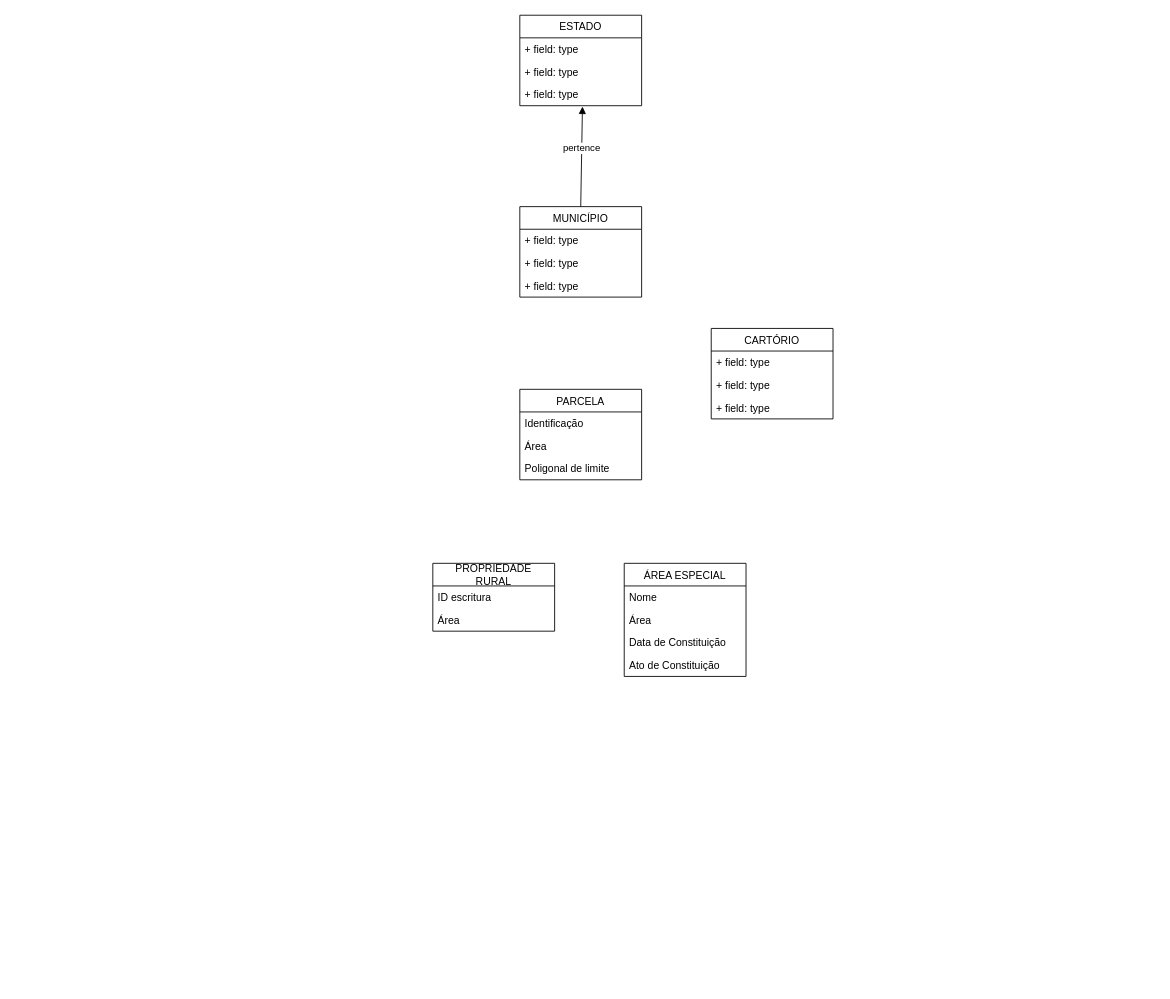
Before: CadastroAmbiental.drawio in SeleneMelo/Learning-DataBase, a draw.io diagram. Source tidied: cells renumbered, new cells numbered last; positions are measured from the earlier drawing's top-left corner, leaving out a move shared by most shapes. Both pictures are drawn from the tidied source at 87%, with x=0, y=0 at pixel (432, 15).
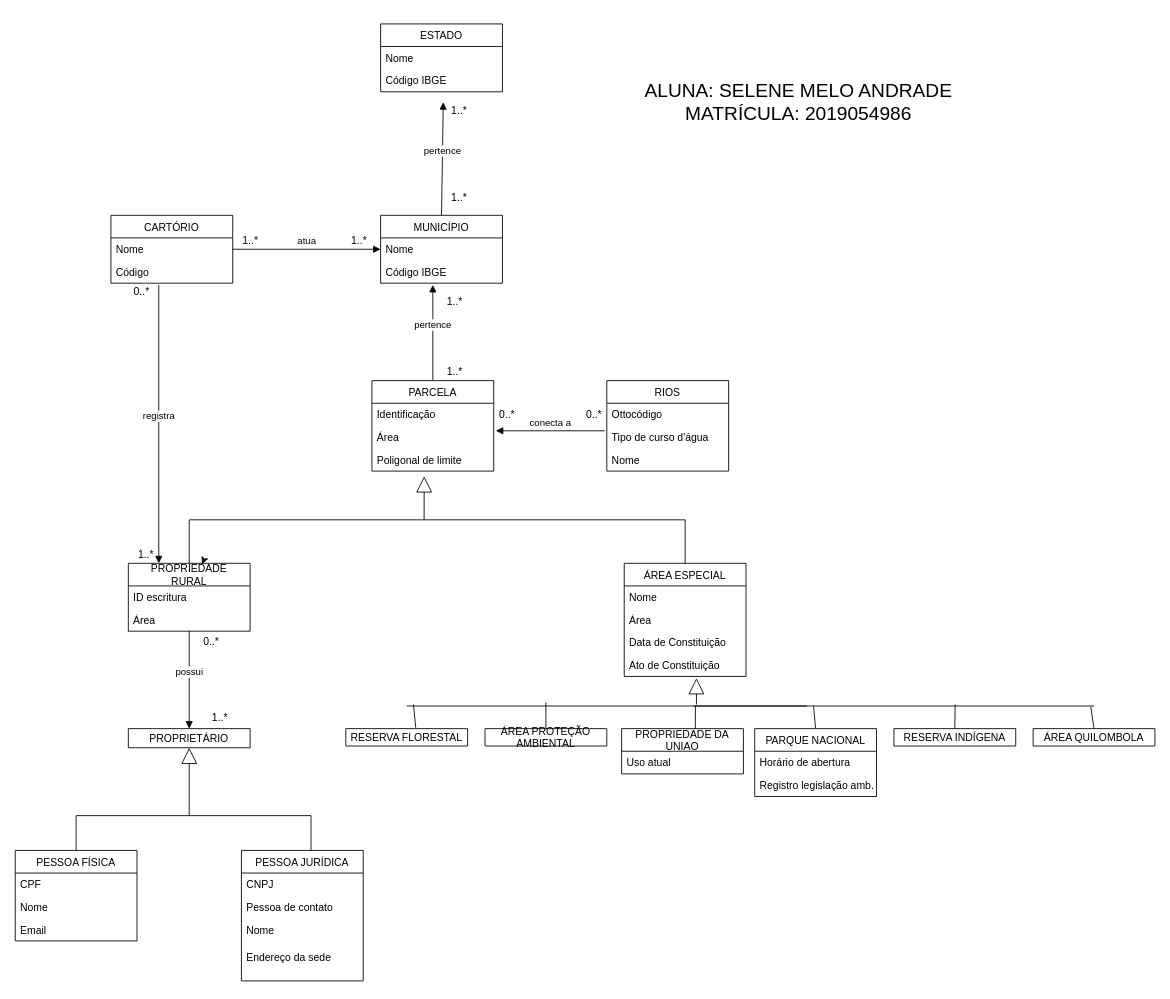
Above is the later version.

The change refers to these unchanged cells:
```xml
<mxCell id="4" value="Área" style="text;strokeColor=none;fillColor=none;align=left;verticalAlign=top;spacingLeft=4;spacingRight=4;overflow=hidden;points=[[0,0.5],[1,0.5]];portConstraint=eastwest;" parent="2" vertex="1">
  <mxGeometry y="52" width="140" height="26" as="geometry" />
</mxCell>
<mxCell id="5" value="Poligonal de limite" style="text;strokeColor=none;fillColor=none;align=left;verticalAlign=top;spacingLeft=4;spacingRight=4;overflow=hidden;points=[[0,0.5],[1,0.5]];portConstraint=eastwest;" parent="2" vertex="1">
  <mxGeometry y="78" width="140" height="26" as="geometry" />
</mxCell>
<mxCell id="8" value="Área " style="text;strokeColor=none;fillColor=none;align=left;verticalAlign=top;spacingLeft=4;spacingRight=4;overflow=hidden;points=[[0,0.5],[1,0.5]];portConstraint=eastwest;" parent="6" vertex="1">
  <mxGeometry y="52" width="140" height="26" as="geometry" />
</mxCell>
<mxCell id="9" value="ÁREA ESPECIAL" style="swimlane;fontStyle=0;horizontal=1;startSize=26;fillColor=none;" parent="1" vertex="1">
  <mxGeometry x="220" y="630" width="140" height="130" as="geometry" />
</mxCell>
```

Diff of the diagram source:
```diff
@@
     <mxCell id="2" value="PARCELA" style="swimlane;fontStyle=0;horizontal=1;startSize=26;fillColor=none;" parent="1" vertex="1">
-      <mxGeometry x="100" y="430" width="140" height="104" as="geometry" />
+      <mxGeometry x="-70" y="420" width="140" height="104" as="geometry" />
     </mxCell>
@@
     <mxCell id="6" value="PROPRIEDADE &#10;RURAL" style="swimlane;fontStyle=0;horizontal=1;startSize=26;fillColor=none;" parent="1" vertex="1">
-      <mxGeometry y="630" width="140" height="78" as="geometry" />
+      <mxGeometry x="-350" y="630" width="140" height="78" as="geometry" />
     </mxCell>
@@
     <mxCell id="14" value="CARTÓRIO" style="swimlane;fontStyle=0;horizontal=1;startSize=26;fillColor=none;" parent="1" vertex="1">
-      <mxGeometry x="320" y="360" width="140" height="104" as="geometry" />
+      <mxGeometry x="-370" y="230" width="140" height="78" as="geometry" />
     </mxCell>
-    <mxCell id="15" value="+ field: type" style="text;strokeColor=none;fillColor=none;align=left;verticalAlign=top;spacingLeft=4;spacingRight=4;overflow=hidden;points=[[0,0.5],[1,0.5]];portConstraint=eastwest;" parent="14" vertex="1">
+    <mxCell id="15" value="Nome" style="text;strokeColor=none;fillColor=none;align=left;verticalAlign=top;spacingLeft=4;spacingRight=4;overflow=hidden;points=[[0,0.5],[1,0.5]];portConstraint=eastwest;" parent="14" vertex="1">
       <mxGeometry y="26" width="140" height="26" as="geometry" />
     </mxCell>
-    <mxCell id="16" value="+ field: type" style="text;strokeColor=none;fillColor=none;align=left;verticalAlign=top;spacingLeft=4;spacingRight=4;overflow=hidden;" parent="14" vertex="1">
+    <mxCell id="16" value="Código" style="text;strokeColor=none;fillColor=none;align=left;verticalAlign=top;spacingLeft=4;spacingRight=4;overflow=hidden;" parent="14" vertex="1">
       <mxGeometry y="52" width="140" height="26" as="geometry" />
     </mxCell>
-    <mxCell id="17" value="+ field: type" style="text;strokeColor=none;fillColor=none;align=left;verticalAlign=top;spacingLeft=4;spacingRight=4;overflow=hidden;" parent="14" vertex="1">
-      <mxGeometry y="78" width="140" height="26" as="geometry" />
-    </mxCell>
     <mxCell id="18" value="MUNICÍPIO" style="swimlane;fontStyle=0;horizontal=1;startSize=26;fillColor=none;" parent="1" vertex="1">
-      <mxGeometry x="100" y="220" width="140" height="104" as="geometry" />
+      <mxGeometry x="-60" y="230" width="140" height="78" as="geometry" />
     </mxCell>
-    <mxCell id="19" value="+ field: type" style="text;strokeColor=none;fillColor=none;align=left;verticalAlign=top;spacingLeft=4;spacingRight=4;overflow=hidden;points=[[0,0.5],[1,0.5]];portConstraint=eastwest;" parent="18" vertex="1">
+    <mxCell id="19" value="Nome" style="text;strokeColor=none;fillColor=none;align=left;verticalAlign=top;spacingLeft=4;spacingRight=4;overflow=hidden;points=[[0,0.5],[1,0.5]];portConstraint=eastwest;" parent="18" vertex="1">
       <mxGeometry y="26" width="140" height="26" as="geometry" />
     </mxCell>
-    <mxCell id="20" value="+ field: type" style="text;strokeColor=none;fillColor=none;align=left;verticalAlign=top;spacingLeft=4;spacingRight=4;overflow=hidden;" parent="18" vertex="1">
+    <mxCell id="20" value="Código IBGE" style="text;strokeColor=none;fillColor=none;align=left;verticalAlign=top;spacingLeft=4;spacingRight=4;overflow=hidden;" parent="18" vertex="1">
       <mxGeometry y="52" width="140" height="26" as="geometry" />
     </mxCell>
-    <mxCell id="21" value="+ field: type" style="text;strokeColor=none;fillColor=none;align=left;verticalAlign=top;spacingLeft=4;spacingRight=4;overflow=hidden;" parent="18" vertex="1">
-      <mxGeometry y="78" width="140" height="26" as="geometry" />
-    </mxCell>
     <mxCell id="22" value="ESTADO" style="swimlane;fontStyle=0;horizontal=1;startSize=26;fillColor=none;" parent="1" vertex="1">
-      <mxGeometry x="100" width="140" height="104" as="geometry" />
+      <mxGeometry x="-60" y="10" width="140" height="78" as="geometry" />
     </mxCell>
-    <mxCell id="23" value="+ field: type" style="text;strokeColor=none;fillColor=none;align=left;verticalAlign=top;spacingLeft=4;spacingRight=4;overflow=hidden;" parent="22" vertex="1">
+    <mxCell id="23" value="Nome" style="text;strokeColor=none;fillColor=none;align=left;verticalAlign=top;spacingLeft=4;spacingRight=4;overflow=hidden;" parent="22" vertex="1">
       <mxGeometry y="26" width="140" height="26" as="geometry" />
     </mxCell>
-    <mxCell id="24" value="+ field: type" style="text;strokeColor=none;fillColor=none;align=left;verticalAlign=top;spacingLeft=4;spacingRight=4;overflow=hidden;" parent="22" vertex="1">
+    <mxCell id="24" value="Código IBGE" style="text;strokeColor=none;fillColor=none;align=left;verticalAlign=top;spacingLeft=4;spacingRight=4;overflow=hidden;" parent="22" vertex="1">
       <mxGeometry y="52" width="140" height="26" as="geometry" />
     </mxCell>
-    <mxCell id="25" value="+ field: type" style="text;strokeColor=none;fillColor=none;align=left;verticalAlign=top;spacingLeft=4;spacingRight=4;overflow=hidden;" parent="22" vertex="1">
-      <mxGeometry y="78" width="140" height="26" as="geometry" />
-    </mxCell>
     <mxCell id="26" value="pertence" style="html=1;verticalAlign=bottom;endArrow=block;exitX=0.5;exitY=0;exitDx=0;exitDy=0;" parent="1" edge="1" source="18">
       <mxGeometry relative="1" as="geometry">
-        <mxPoint x="172" y="105" as="targetPoint" />
+        <mxPoint x="12" y="100" as="targetPoint" />
       </mxGeometry>
     </mxCell>
+    <mxCell id="27" value="PROPRIEDADE DA &#10;UNIAO" style="swimlane;fontStyle=0;horizontal=1;startSize=26;fillColor=none;" parent="1" vertex="1">
+      <mxGeometry x="217" y="820" width="140" height="52" as="geometry" />
+    </mxCell>
+    <mxCell id="28" value="Uso atual" style="text;strokeColor=none;fillColor=none;align=left;verticalAlign=top;spacingLeft=4;spacingRight=4;overflow=hidden;" parent="27" vertex="1">
+      <mxGeometry y="26" width="140" height="26" as="geometry" />
+    </mxCell>
+    <mxCell id="29" value="PARQUE NACIONAL" style="swimlane;fontStyle=0;horizontal=1;startSize=26;fillColor=none;" parent="1" vertex="1">
+      <mxGeometry x="370" y="820" width="140" height="78" as="geometry" />
+    </mxCell>
+    <mxCell id="30" value="Horário de abertura" style="text;strokeColor=none;fillColor=none;align=left;verticalAlign=top;spacingLeft=4;spacingRight=4;overflow=hidden;" parent="29" vertex="1">
+      <mxGeometry y="26" width="140" height="26" as="geometry" />
+    </mxCell>
+    <mxCell id="31" value="Registro legislação amb." style="text;strokeColor=none;fillColor=none;align=left;verticalAlign=top;spacingLeft=4;spacingRight=4;overflow=hidden;" parent="29" vertex="1">
+      <mxGeometry y="52" width="140" height="26" as="geometry" />
+    </mxCell>
+    <mxCell id="32" value="ÁREA PROTEÇÃO&#10;AMBIENTAL" style="swimlane;fontStyle=0;horizontal=1;startSize=26;fillColor=none;" parent="1" vertex="1">
+      <mxGeometry x="60" y="820" width="140" height="20" as="geometry" />
+    </mxCell>
+    <mxCell id="33" value="RESERVA FLORESTAL" style="swimlane;fontStyle=0;horizontal=1;startSize=26;fillColor=none;" parent="1" vertex="1">
+      <mxGeometry x="-100" y="820" width="140" height="20" as="geometry" />
+    </mxCell>
+    <mxCell id="34" value="ÁREA QUILOMBOLA" style="swimlane;fontStyle=0;horizontal=1;startSize=26;fillColor=none;" parent="1" vertex="1">
+      <mxGeometry x="690" y="820" width="140" height="20" as="geometry" />
+    </mxCell>
+    <mxCell id="35" value="RESERVA INDÍGENA" style="swimlane;fontStyle=0;horizontal=1;startSize=26;fillColor=none;" parent="1" vertex="1">
+      <mxGeometry x="530" y="820" width="140" height="20" as="geometry" />
+    </mxCell>
+    <mxCell id="36" style="line;strokeWidth=1;fillColor=none;align=left;verticalAlign=middle;spacingTop=-1;spacingLeft=3;spacingRight=3;labelPosition=right;points=[];portConstraint=eastwest;" parent="1" vertex="1">
+      <mxGeometry x="300" y="790" width="460" height="8" as="geometry" />
+    </mxCell>
+    <mxCell id="37" style="endArrow=none;html=1;exitX=0.5;exitY=0;exitDx=0;exitDy=0;" parent="1" edge="1" source="32">
+      <mxGeometry relative="1" as="geometry">
+        <mxPoint x="130" y="790" as="targetPoint" />
+      </mxGeometry>
+    </mxCell>
+    <mxCell id="38" style="endArrow=none;html=1;exitX=0.605;exitY=0.003;exitDx=0;exitDy=0;exitPerimeter=0;entryX=0.004;entryY=0.458;entryDx=0;entryDy=0;entryPerimeter=0;" parent="1" edge="1" source="27" target="36">
+      <mxGeometry relative="1" as="geometry" />
+    </mxCell>
+    <mxCell id="39" style="endArrow=none;html=1;exitX=0.5;exitY=0;exitDx=0;exitDy=0;entryX=0.299;entryY=0.458;entryDx=0;entryDy=0;entryPerimeter=0;" parent="1" edge="1" source="29" target="36">
+      <mxGeometry relative="1" as="geometry" />
+    </mxCell>
+    <mxCell id="40" style="endArrow=none;html=1;exitX=0.5;exitY=0;exitDx=0;exitDy=0;entryX=0.653;entryY=0.292;entryDx=0;entryDy=0;entryPerimeter=0;" parent="1" edge="1" source="35" target="36">
+      <mxGeometry relative="1" as="geometry" />
+    </mxCell>
+    <mxCell id="41" style="endArrow=none;html=1;exitX=0.5;exitY=0;exitDx=0;exitDy=0;entryX=0.992;entryY=0.625;entryDx=0;entryDy=0;entryPerimeter=0;" parent="1" edge="1" source="34" target="36">
+      <mxGeometry relative="1" as="geometry" />
+    </mxCell>
+    <mxCell id="42" value="PROPRIETÁRIO" style="swimlane;fontStyle=0;horizontal=1;startSize=26;fillColor=none;" parent="1" vertex="1">
+      <mxGeometry x="-350" y="820" width="140" height="22" as="geometry" />
+    </mxCell>
+    <mxCell id="43" value="PESSOA FÍSICA" style="swimlane;fontStyle=0;horizontal=1;startSize=26;fillColor=none;" parent="1" vertex="1">
+      <mxGeometry x="-480" y="960" width="140" height="104" as="geometry" />
+    </mxCell>
+    <mxCell id="44" value="CPF" style="text;strokeColor=none;fillColor=none;align=left;verticalAlign=top;spacingLeft=4;spacingRight=4;overflow=hidden;" parent="43" vertex="1">
+      <mxGeometry y="26" width="140" height="26" as="geometry" />
+    </mxCell>
+    <mxCell id="45" value="Nome" style="text;strokeColor=none;fillColor=none;align=left;verticalAlign=top;spacingLeft=4;spacingRight=4;overflow=hidden;" parent="43" vertex="1">
+      <mxGeometry y="52" width="140" height="26" as="geometry" />
+    </mxCell>
+    <mxCell id="46" value="Email" style="text;strokeColor=none;fillColor=none;align=left;verticalAlign=top;spacingLeft=4;spacingRight=4;overflow=hidden;" parent="43" vertex="1">
+      <mxGeometry y="78" width="140" height="26" as="geometry" />
+    </mxCell>
+    <mxCell id="47" value="PESSOA JURÍDICA" style="swimlane;fontStyle=0;horizontal=1;startSize=26;fillColor=none;" parent="1" vertex="1">
+      <mxGeometry x="-220" y="960" width="140" height="150" as="geometry" />
+    </mxCell>
+    <mxCell id="48" value="CNPJ" style="text;strokeColor=none;fillColor=none;align=left;verticalAlign=top;spacingLeft=4;spacingRight=4;overflow=hidden;" parent="47" vertex="1">
+      <mxGeometry y="26" width="140" height="26" as="geometry" />
+    </mxCell>
+    <mxCell id="49" value="Pessoa de contato" style="text;strokeColor=none;fillColor=none;align=left;verticalAlign=top;spacingLeft=4;spacingRight=4;overflow=hidden;" parent="47" vertex="1">
+      <mxGeometry y="52" width="140" height="26" as="geometry" />
+    </mxCell>
+    <mxCell id="50" value="Nome&#10;" style="text;strokeColor=none;fillColor=none;align=left;verticalAlign=top;spacingLeft=4;spacingRight=4;overflow=hidden;" parent="47" vertex="1">
+      <mxGeometry y="78" width="140" height="32" as="geometry" />
+    </mxCell>
+    <mxCell id="51" value="Endereço da sede" style="text;strokeColor=none;fillColor=none;align=left;verticalAlign=top;spacingLeft=4;spacingRight=4;overflow=hidden;" parent="47" vertex="1">
+      <mxGeometry y="110" width="140" height="40" as="geometry" />
+    </mxCell>
+    <mxCell id="52" style="endArrow=none;html=1;rounded=0;exitX=0.5;exitY=0;exitDx=0;exitDy=0;" parent="1" edge="1" source="43">
+      <mxGeometry relative="1" as="geometry">
+        <mxPoint x="-410" y="920" as="targetPoint" />
+      </mxGeometry>
+    </mxCell>
+    <mxCell id="53" style="endArrow=none;html=1;rounded=0;exitX=0.5;exitY=0;exitDx=0;exitDy=0;" parent="1" edge="1">
+      <mxGeometry relative="1" as="geometry">
+        <mxPoint x="-140" y="960" as="sourcePoint" />
+        <mxPoint x="-140" y="920" as="targetPoint" />
+      </mxGeometry>
+    </mxCell>
+    <mxCell id="54" style="endArrow=none;html=1;rounded=0;" parent="1" edge="1">
+      <mxGeometry relative="1" as="geometry">
+        <mxPoint x="-410" y="920" as="sourcePoint" />
+        <mxPoint x="-140" y="920" as="targetPoint" />
+      </mxGeometry>
+    </mxCell>
+    <mxCell id="55" value="RIOS" style="swimlane;fontStyle=0;horizontal=1;startSize=26;fillColor=none;" parent="1" vertex="1">
+      <mxGeometry x="200" y="420" width="140" height="104" as="geometry" />
+    </mxCell>
+    <mxCell id="56" value="Ottocódigo" style="text;strokeColor=none;fillColor=none;align=left;verticalAlign=top;spacingLeft=4;spacingRight=4;overflow=hidden;points=[[0,0.5],[1,0.5]];portConstraint=eastwest;" parent="55" vertex="1">
+      <mxGeometry y="26" width="140" height="26" as="geometry" />
+    </mxCell>
+    <mxCell id="57" value="Tipo de curso d'água" style="text;strokeColor=none;fillColor=none;align=left;verticalAlign=top;spacingLeft=4;spacingRight=4;overflow=hidden;" parent="55" vertex="1">
+      <mxGeometry y="52" width="140" height="26" as="geometry" />
+    </mxCell>
+    <mxCell id="58" value="Nome" style="text;strokeColor=none;fillColor=none;align=left;verticalAlign=top;spacingLeft=4;spacingRight=4;overflow=hidden;" parent="55" vertex="1">
+      <mxGeometry y="78" width="140" height="26" as="geometry" />
+    </mxCell>
+    <mxCell id="59" style="endArrow=none;html=1;rounded=0;exitX=0.5;exitY=0;exitDx=0;exitDy=0;" parent="1" edge="1" source="6">
+      <mxGeometry relative="1" as="geometry">
+        <mxPoint x="-280" y="580" as="targetPoint" />
+      </mxGeometry>
+    </mxCell>
+    <mxCell id="60" style="endArrow=none;html=1;rounded=0;exitX=0.5;exitY=0;exitDx=0;exitDy=0;" parent="1" edge="1" source="9">
+      <mxGeometry relative="1" as="geometry">
+        <mxPoint x="290" y="580" as="targetPoint" />
+      </mxGeometry>
+    </mxCell>
+    <mxCell id="61" style="edgeStyle=none;rounded=0;orthogonalLoop=1;jettySize=auto;html=1;entryX=0.607;entryY=0.013;entryDx=0;entryDy=0;entryPerimeter=0;" parent="1" edge="1" source="6" target="6">
+      <mxGeometry relative="1" as="geometry" />
+    </mxCell>
+    <mxCell id="62" style="endArrow=none;html=1;rounded=0;" parent="1" edge="1">
+      <mxGeometry relative="1" as="geometry">
+        <mxPoint x="-280" y="580" as="sourcePoint" />
+        <mxPoint x="290" y="580" as="targetPoint" />
+      </mxGeometry>
+    </mxCell>
+    <mxCell id="63" value="atua" style="html=1;verticalAlign=bottom;endArrow=block;exitX=1;exitY=0.5;exitDx=0;exitDy=0;entryX=0;entryY=0.5;entryDx=0;entryDy=0;" parent="1" edge="1" source="15" target="19">
+      <mxGeometry relative="1" as="geometry" />
+    </mxCell>
+    <mxCell id="64" value="possui" style="html=1;verticalAlign=bottom;endArrow=block;entryX=0.5;entryY=0;entryDx=0;entryDy=0;" parent="1" edge="1" source="8" target="42">
+      <mxGeometry relative="1" as="geometry" />
+    </mxCell>
+    <mxCell id="65" value="conecta a" style="html=1;verticalAlign=bottom;endArrow=block;exitX=-0.017;exitY=1.218;exitDx=0;exitDy=0;exitPerimeter=0;entryX=1.017;entryY=0.218;entryDx=0;entryDy=0;entryPerimeter=0;" parent="1" edge="1" source="56" target="4">
+      <mxGeometry relative="1" as="geometry" />
+    </mxCell>
+    <mxCell id="66" style="endArrow=block;endSize=16;endFill=0;html=1;entryX=0.5;entryY=1;entryDx=0;entryDy=0;" parent="1" edge="1" target="42">
+      <mxGeometry relative="1" as="geometry">
+        <mxPoint x="-280" y="920" as="sourcePoint" />
+      </mxGeometry>
+    </mxCell>
+    <mxCell id="67" style="endArrow=block;endSize=16;endFill=0;html=1;exitX=0.724;exitY=0.292;exitDx=0;exitDy=0;exitPerimeter=0;" parent="1" edge="1" source="68">
+      <mxGeometry relative="1" as="geometry">
+        <mxPoint x="303" y="762" as="targetPoint" />
+      </mxGeometry>
+    </mxCell>
+    <mxCell id="68" style="line;strokeWidth=1;fillColor=none;align=left;verticalAlign=middle;spacingTop=-1;spacingLeft=3;spacingRight=3;labelPosition=right;points=[];portConstraint=eastwest;" parent="1" vertex="1">
+      <mxGeometry x="-30" y="790" width="460" height="8" as="geometry" />
+    </mxCell>
+    <mxCell id="69" style="endArrow=none;html=1;exitX=0.574;exitY=-0.05;exitDx=0;exitDy=0;exitPerimeter=0;entryX=0.017;entryY=0.292;entryDx=0;entryDy=0;entryPerimeter=0;" parent="1" edge="1" source="33" target="68">
+      <mxGeometry relative="1" as="geometry" />
+    </mxCell>
+    <mxCell id="70" style="endArrow=block;endSize=16;endFill=0;html=1;entryX=0.429;entryY=1.231;entryDx=0;entryDy=0;entryPerimeter=0;" parent="1" edge="1" target="5">
+      <mxGeometry relative="1" as="geometry">
+        <mxPoint x="-10" y="580" as="sourcePoint" />
+      </mxGeometry>
+    </mxCell>
+    <mxCell id="71" value="pertence" style="html=1;verticalAlign=bottom;endArrow=block;exitX=0.5;exitY=0;exitDx=0;exitDy=0;" parent="1" edge="1" source="2">
+      <mxGeometry relative="1" as="geometry">
+        <mxPoint y="310" as="targetPoint" />
+      </mxGeometry>
+    </mxCell>
+    <mxCell id="72" value="0..*" style="text;html=1;align=center;verticalAlign=middle;strokeColor=none;" parent="1" vertex="1">
+      <mxGeometry x="-270" y="710" width="30" height="20" as="geometry" />
+    </mxCell>
+    <mxCell id="73" value="1..*" style="text;html=1;align=center;verticalAlign=middle;strokeColor=none;" parent="1" vertex="1">
+      <mxGeometry x="-260" y="798" width="30" height="20" as="geometry" />
+    </mxCell>
+    <mxCell id="74" value="registra" style="html=1;verticalAlign=bottom;endArrow=block;entryX=0.25;entryY=0;entryDx=0;entryDy=0;" parent="1" edge="1" target="6">
+      <mxGeometry relative="1" as="geometry">
+        <mxPoint x="-315" y="310" as="sourcePoint" />
+      </mxGeometry>
+    </mxCell>
+    <mxCell id="75" value="0..*" style="text;html=1;align=center;verticalAlign=middle;strokeColor=none;" parent="1" vertex="1">
+      <mxGeometry x="-350" y="308" width="30" height="20" as="geometry" />
+    </mxCell>
+    <mxCell id="76" value="1..*" style="text;html=1;align=center;verticalAlign=middle;strokeColor=none;" parent="1" vertex="1">
+      <mxGeometry x="-345" y="610" width="30" height="20" as="geometry" />
+    </mxCell>
+    <mxCell id="77" value="1..*" style="text;html=1;align=center;verticalAlign=middle;strokeColor=none;" parent="1" vertex="1">
+      <mxGeometry x="-225" y="250" width="30" height="20" as="geometry" />
+    </mxCell>
+    <mxCell id="78" value="1..*" style="text;html=1;align=center;verticalAlign=middle;strokeColor=none;" parent="1" vertex="1">
+      <mxGeometry x="-100" y="250" width="30" height="20" as="geometry" />
+    </mxCell>
+    <mxCell id="79" value="0..*" style="text;html=1;align=center;verticalAlign=middle;strokeColor=none;" parent="1" vertex="1">
+      <mxGeometry x="170" y="450" width="30" height="20" as="geometry" />
+    </mxCell>
+    <mxCell id="80" value="0..*" style="text;html=1;align=center;verticalAlign=middle;strokeColor=none;" parent="1" vertex="1">
+      <mxGeometry x="70" y="450" width="30" height="20" as="geometry" />
+    </mxCell>
+    <mxCell id="81" value="1..*" style="text;html=1;align=center;verticalAlign=middle;strokeColor=none;" parent="1" vertex="1">
+      <mxGeometry x="10" y="400" width="30" height="20" as="geometry" />
+    </mxCell>
+    <mxCell id="82" value="1..*" style="text;html=1;align=center;verticalAlign=middle;strokeColor=none;" parent="1" vertex="1">
+      <mxGeometry x="10" y="320" width="30" height="20" as="geometry" />
+    </mxCell>
+    <mxCell id="83" value="1..*" style="text;html=1;align=center;verticalAlign=middle;strokeColor=none;" parent="1" vertex="1">
+      <mxGeometry x="15" y="200" width="30" height="20" as="geometry" />
+    </mxCell>
+    <mxCell id="84" value="1..*" style="text;html=1;align=center;verticalAlign=middle;strokeColor=none;" parent="1" vertex="1">
+      <mxGeometry x="15" y="100" width="30" height="20" as="geometry" />
+    </mxCell>
+    <mxCell id="85" value="&lt;font style=&quot;font-size: 22px&quot;&gt;ALUNA: SELENE MELO ANDRADE&lt;br&gt;MATRÍCULA: 2019054986&lt;/font&gt;" style="text;html=1;align=center;verticalAlign=middle;strokeColor=none;" parent="1" vertex="1">
+      <mxGeometry x="235" y="80" width="370" height="40" as="geometry" />
+    </mxCell>
```
